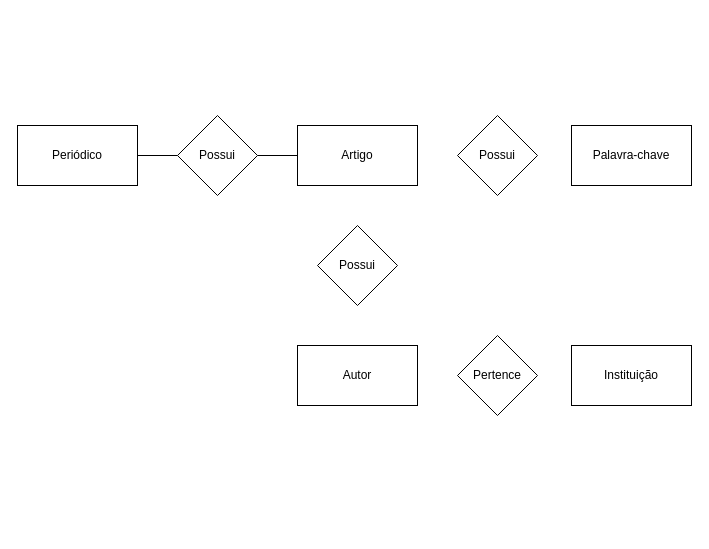
The draw.io diagram Lista2_04-04/Ex4.drawio in andreeeeeeeee/Engenharia_Software, before the edit. Source tidied: cells renumbered, new cells numbered last; positions are measured from the earlier drawing's top-left corner, leaving out a move shared by most shapes. Both pictures are drawn from the tidied source at 100%, with x=0, y=0 at pixel (17, 115).
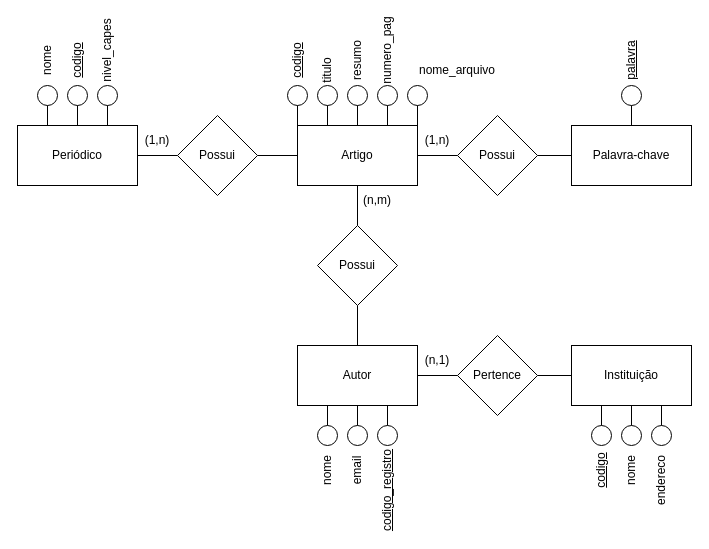
The same page after the edit.

Unchanged cells that the change refers to:
```xml
<mxCell id="2" value="Artigo" style="rounded=0;whiteSpace=wrap;html=1;" parent="1" vertex="1">
  <mxGeometry x="280" y="10" width="120" height="60" as="geometry" />
</mxCell>
<mxCell id="3" value="Possui" style="rhombus;whiteSpace=wrap;html=1;" parent="1" vertex="1">
  <mxGeometry x="440" width="80" height="80" as="geometry" />
</mxCell>
<mxCell id="4" value="Palavra-chave" style="rounded=0;whiteSpace=wrap;html=1;" parent="1" vertex="1">
  <mxGeometry x="554" y="10" width="120" height="60" as="geometry" />
</mxCell>
<mxCell id="5" value="Possui" style="rhombus;whiteSpace=wrap;html=1;" parent="1" vertex="1">
  <mxGeometry x="300" y="110" width="80" height="80" as="geometry" />
</mxCell>
<mxCell id="6" value="Autor" style="rounded=0;whiteSpace=wrap;html=1;" parent="1" vertex="1">
  <mxGeometry x="280" y="230" width="120" height="60" as="geometry" />
</mxCell>
<mxCell id="7" value="Pertence" style="rhombus;whiteSpace=wrap;html=1;" parent="1" vertex="1">
  <mxGeometry x="440" y="220" width="80" height="80" as="geometry" />
</mxCell>
<mxCell id="8" value="Instituição" style="rounded=0;whiteSpace=wrap;html=1;" parent="1" vertex="1">
  <mxGeometry x="554" y="230" width="120" height="60" as="geometry" />
</mxCell>
<mxCell id="10" value="Periódico" style="rounded=0;whiteSpace=wrap;html=1;" parent="1" vertex="1">
  <mxGeometry y="10" width="120" height="60" as="geometry" />
</mxCell>
```

The edit, as a diff of the source:
```diff
@@
+    <mxCell id="13" style="endArrow=none;html=1;rounded=0;entryX=0.5;entryY=1;entryDx=0;entryDy=0;exitX=0.5;exitY=0;exitDx=0;exitDy=0;" parent="1" edge="1" source="6" target="5">
+      <mxGeometry relative="1" as="geometry" />
+    </mxCell>
+    <mxCell id="14" style="endArrow=none;html=1;rounded=0;entryX=0.5;entryY=1;entryDx=0;entryDy=0;exitX=0.5;exitY=0;exitDx=0;exitDy=0;" parent="1" edge="1" source="5" target="2">
+      <mxGeometry relative="1" as="geometry" />
+    </mxCell>
+    <mxCell id="15" style="endArrow=none;html=1;rounded=0;exitX=1;exitY=0.5;exitDx=0;exitDy=0;entryX=0;entryY=0.5;entryDx=0;entryDy=0;" parent="1" edge="1" source="6" target="7">
+      <mxGeometry relative="1" as="geometry" />
+    </mxCell>
+    <mxCell id="16" style="endArrow=none;html=1;rounded=0;exitX=1;exitY=0.5;exitDx=0;exitDy=0;entryX=0;entryY=0.5;entryDx=0;entryDy=0;" parent="1" edge="1" source="7" target="8">
+      <mxGeometry relative="1" as="geometry" />
+    </mxCell>
+    <mxCell id="17" style="endArrow=none;html=1;rounded=0;entryX=0;entryY=0.5;entryDx=0;entryDy=0;exitX=1;exitY=0.5;exitDx=0;exitDy=0;" parent="1" edge="1" source="2" target="3">
+      <mxGeometry relative="1" as="geometry" />
+    </mxCell>
+    <mxCell id="18" style="endArrow=none;html=1;rounded=0;entryX=0;entryY=0.5;entryDx=0;entryDy=0;exitX=1;exitY=0.5;exitDx=0;exitDy=0;" parent="1" edge="1" source="3" target="4">
+      <mxGeometry relative="1" as="geometry" />
+    </mxCell>
+    <mxCell id="19" style="ellipse;whiteSpace=wrap;html=1;" parent="1" vertex="1">
+      <mxGeometry x="20" y="-30" width="20" height="20" as="geometry" />
+    </mxCell>
+    <mxCell id="20" style="ellipse;whiteSpace=wrap;html=1;" parent="1" vertex="1">
+      <mxGeometry x="50" y="-30" width="20" height="20" as="geometry" />
+    </mxCell>
+    <mxCell id="21" style="ellipse;whiteSpace=wrap;html=1;" parent="1" vertex="1">
+      <mxGeometry x="80" y="-30" width="20" height="20" as="geometry" />
+    </mxCell>
+    <mxCell id="22" value="nome" style="text;html=1;strokeColor=none;fillColor=none;align=center;verticalAlign=middle;whiteSpace=wrap;rounded=0;rotation=-90;" parent="1" vertex="1">
+      <mxGeometry y="-70" width="60" height="30" as="geometry" />
+    </mxCell>
+    <mxCell id="23" value="&lt;u&gt;codigo&lt;/u&gt;" style="text;html=1;strokeColor=none;fillColor=none;align=center;verticalAlign=middle;whiteSpace=wrap;rounded=0;rotation=-90;" parent="1" vertex="1">
+      <mxGeometry x="30" y="-70" width="60" height="30" as="geometry" />
+    </mxCell>
+    <mxCell id="24" value="nivel_capes" style="text;html=1;strokeColor=none;fillColor=none;align=center;verticalAlign=middle;whiteSpace=wrap;rounded=0;rotation=-90;" parent="1" vertex="1">
+      <mxGeometry x="60" y="-80" width="60" height="30" as="geometry" />
+    </mxCell>
+    <mxCell id="25" style="ellipse;whiteSpace=wrap;html=1;" parent="1" vertex="1">
+      <mxGeometry x="300" y="-30" width="20" height="20" as="geometry" />
+    </mxCell>
+    <mxCell id="26" style="ellipse;whiteSpace=wrap;html=1;" parent="1" vertex="1">
+      <mxGeometry x="330" y="-30" width="20" height="20" as="geometry" />
+    </mxCell>
+    <mxCell id="27" style="ellipse;whiteSpace=wrap;html=1;" parent="1" vertex="1">
+      <mxGeometry x="360" y="-30" width="20" height="20" as="geometry" />
+    </mxCell>
+    <mxCell id="28" style="ellipse;whiteSpace=wrap;html=1;" parent="1" vertex="1">
+      <mxGeometry x="270" y="-30" width="20" height="20" as="geometry" />
+    </mxCell>
+    <mxCell id="29" style="ellipse;whiteSpace=wrap;html=1;" parent="1" vertex="1">
+      <mxGeometry x="390" y="-30" width="20" height="20" as="geometry" />
+    </mxCell>
+    <mxCell id="30" value="&lt;u&gt;codigo&lt;/u&gt;" style="text;html=1;strokeColor=none;fillColor=none;align=center;verticalAlign=middle;whiteSpace=wrap;rounded=0;rotation=-90;" parent="1" vertex="1">
+      <mxGeometry x="250" y="-70" width="60" height="30" as="geometry" />
+    </mxCell>
+    <mxCell id="31" value="titulo" style="text;html=1;strokeColor=none;fillColor=none;align=center;verticalAlign=middle;whiteSpace=wrap;rounded=0;rotation=-90;" parent="1" vertex="1">
+      <mxGeometry x="280" y="-60" width="60" height="30" as="geometry" />
+    </mxCell>
+    <mxCell id="32" value="resumo" style="text;html=1;strokeColor=none;fillColor=none;align=center;verticalAlign=middle;whiteSpace=wrap;rounded=0;rotation=-90;" parent="1" vertex="1">
+      <mxGeometry x="310" y="-70" width="60" height="30" as="geometry" />
+    </mxCell>
+    <mxCell id="33" value="numero_pag" style="text;html=1;strokeColor=none;fillColor=none;align=center;verticalAlign=middle;whiteSpace=wrap;rounded=0;rotation=-90;" parent="1" vertex="1">
+      <mxGeometry x="340" y="-80" width="60" height="30" as="geometry" />
+    </mxCell>
+    <mxCell id="34" value="nome_arquivo" style="text;html=1;strokeColor=none;fillColor=none;align=center;verticalAlign=middle;whiteSpace=wrap;rounded=0;rotation=0;" parent="1" vertex="1">
+      <mxGeometry x="410" y="-60" width="60" height="30" as="geometry" />
+    </mxCell>
+    <mxCell id="35" value="&lt;u&gt;palavra&lt;/u&gt;" style="text;html=1;strokeColor=none;fillColor=none;align=center;verticalAlign=middle;whiteSpace=wrap;rounded=0;rotation=-90;" parent="1" vertex="1">
+      <mxGeometry x="584" y="-70" width="60" height="30" as="geometry" />
+    </mxCell>
+    <mxCell id="36" style="ellipse;whiteSpace=wrap;html=1;" parent="1" vertex="1">
+      <mxGeometry x="604" y="-30" width="20" height="20" as="geometry" />
+    </mxCell>
+    <mxCell id="37" style="ellipse;whiteSpace=wrap;html=1;" parent="1" vertex="1">
+      <mxGeometry x="300" y="310" width="20" height="20" as="geometry" />
+    </mxCell>
+    <mxCell id="38" style="ellipse;whiteSpace=wrap;html=1;" parent="1" vertex="1">
+      <mxGeometry x="330" y="310" width="20" height="20" as="geometry" />
+    </mxCell>
+    <mxCell id="39" style="ellipse;whiteSpace=wrap;html=1;" parent="1" vertex="1">
+      <mxGeometry x="360" y="310" width="20" height="20" as="geometry" />
+    </mxCell>
+    <mxCell id="40" value="nome" style="text;html=1;strokeColor=none;fillColor=none;align=center;verticalAlign=middle;whiteSpace=wrap;rounded=0;rotation=-90;" parent="1" vertex="1">
+      <mxGeometry x="280" y="340" width="60" height="30" as="geometry" />
+    </mxCell>
+    <mxCell id="41" value="email" style="text;html=1;strokeColor=none;fillColor=none;align=center;verticalAlign=middle;whiteSpace=wrap;rounded=0;rotation=-90;" parent="1" vertex="1">
+      <mxGeometry x="310" y="340" width="60" height="30" as="geometry" />
+    </mxCell>
+    <mxCell id="42" value="&lt;u&gt;codigo_registro&lt;/u&gt;" style="text;html=1;strokeColor=none;fillColor=none;align=center;verticalAlign=middle;whiteSpace=wrap;rounded=0;rotation=-90;" parent="1" vertex="1">
+      <mxGeometry x="340" y="360" width="60" height="30" as="geometry" />
+    </mxCell>
+    <mxCell id="43" style="ellipse;whiteSpace=wrap;html=1;" parent="1" vertex="1">
+      <mxGeometry x="574" y="310" width="20" height="20" as="geometry" />
+    </mxCell>
+    <mxCell id="44" style="ellipse;whiteSpace=wrap;html=1;" parent="1" vertex="1">
+      <mxGeometry x="604" y="310" width="20" height="20" as="geometry" />
+    </mxCell>
+    <mxCell id="45" style="ellipse;whiteSpace=wrap;html=1;" parent="1" vertex="1">
+      <mxGeometry x="634" y="310" width="20" height="20" as="geometry" />
+    </mxCell>
+    <mxCell id="46" value="&lt;u&gt;codigo&lt;/u&gt;" style="text;html=1;strokeColor=none;fillColor=none;align=center;verticalAlign=middle;whiteSpace=wrap;rounded=0;rotation=-90;" parent="1" vertex="1">
+      <mxGeometry x="554" y="340" width="60" height="30" as="geometry" />
+    </mxCell>
+    <mxCell id="47" value="nome" style="text;html=1;strokeColor=none;fillColor=none;align=center;verticalAlign=middle;whiteSpace=wrap;rounded=0;rotation=-90;" parent="1" vertex="1">
+      <mxGeometry x="584" y="340" width="60" height="30" as="geometry" />
+    </mxCell>
+    <mxCell id="48" value="endereco" style="text;html=1;strokeColor=none;fillColor=none;align=center;verticalAlign=middle;whiteSpace=wrap;rounded=0;rotation=-90;" parent="1" vertex="1">
+      <mxGeometry x="614" y="350" width="60" height="30" as="geometry" />
+    </mxCell>
+    <mxCell id="49" style="endArrow=none;html=1;rounded=0;entryX=0.5;entryY=1;entryDx=0;entryDy=0;exitX=0.25;exitY=0;exitDx=0;exitDy=0;" parent="1" edge="1" source="10" target="19">
+      <mxGeometry relative="1" as="geometry" />
+    </mxCell>
+    <mxCell id="50" style="endArrow=none;html=1;rounded=0;entryX=0.5;entryY=0;entryDx=0;entryDy=0;exitX=0.5;exitY=1;exitDx=0;exitDy=0;" parent="1" edge="1" source="20" target="10">
+      <mxGeometry relative="1" as="geometry" />
+    </mxCell>
+    <mxCell id="51" style="endArrow=none;html=1;rounded=0;entryX=0.5;entryY=0;entryDx=0;entryDy=0;exitX=0.25;exitY=1;exitDx=0;exitDy=0;" parent="1" edge="1" source="6" target="37">
+      <mxGeometry relative="1" as="geometry" />
+    </mxCell>
+    <mxCell id="52" style="endArrow=none;html=1;rounded=0;entryX=0.5;entryY=1;entryDx=0;entryDy=0;" parent="1" edge="1" source="38" target="6">
+      <mxGeometry relative="1" as="geometry" />
+    </mxCell>
+    <mxCell id="53" style="endArrow=none;html=1;rounded=0;entryX=0.75;entryY=1;entryDx=0;entryDy=0;exitX=0.5;exitY=0;exitDx=0;exitDy=0;" parent="1" edge="1" source="39" target="6">
+      <mxGeometry relative="1" as="geometry" />
+    </mxCell>
+    <mxCell id="54" style="endArrow=none;html=1;rounded=0;entryX=0.25;entryY=1;entryDx=0;entryDy=0;exitX=0.5;exitY=0;exitDx=0;exitDy=0;" parent="1" edge="1" source="43" target="8">
+      <mxGeometry relative="1" as="geometry" />
+    </mxCell>
+    <mxCell id="55" style="endArrow=none;html=1;rounded=0;entryX=0.5;entryY=1;entryDx=0;entryDy=0;exitX=0.5;exitY=0;exitDx=0;exitDy=0;" parent="1" edge="1" source="44" target="8">
+      <mxGeometry relative="1" as="geometry" />
+    </mxCell>
+    <mxCell id="56" style="endArrow=none;html=1;rounded=0;entryX=0.75;entryY=1;entryDx=0;entryDy=0;exitX=0.5;exitY=0;exitDx=0;exitDy=0;" parent="1" edge="1" source="45" target="8">
+      <mxGeometry relative="1" as="geometry" />
+    </mxCell>
+    <mxCell id="57" style="endArrow=none;html=1;rounded=0;exitX=0.75;exitY=0;exitDx=0;exitDy=0;entryX=0.5;entryY=1;entryDx=0;entryDy=0;" parent="1" edge="1" source="10" target="21">
+      <mxGeometry relative="1" as="geometry" />
+    </mxCell>
+    <mxCell id="58" style="endArrow=none;html=1;rounded=0;entryX=0.5;entryY=1;entryDx=0;entryDy=0;exitX=0.25;exitY=0;exitDx=0;exitDy=0;" parent="1" edge="1" source="2" target="25">
+      <mxGeometry relative="1" as="geometry" />
+    </mxCell>
+    <mxCell id="59" style="endArrow=none;html=1;rounded=0;entryX=0.5;entryY=1;entryDx=0;entryDy=0;exitX=0;exitY=0;exitDx=0;exitDy=0;" parent="1" edge="1" source="2" target="28">
+      <mxGeometry relative="1" as="geometry" />
+    </mxCell>
+    <mxCell id="60" style="endArrow=none;html=1;rounded=0;exitX=1;exitY=0;exitDx=0;exitDy=0;entryX=0.5;entryY=1;entryDx=0;entryDy=0;" parent="1" edge="1" source="2" target="29">
+      <mxGeometry relative="1" as="geometry" />
+    </mxCell>
+    <mxCell id="61" style="endArrow=none;html=1;rounded=0;entryX=0.5;entryY=1;entryDx=0;entryDy=0;exitX=0.5;exitY=0;exitDx=0;exitDy=0;" parent="1" edge="1" source="2" target="26">
+      <mxGeometry relative="1" as="geometry" />
+    </mxCell>
+    <mxCell id="62" style="endArrow=none;html=1;rounded=0;entryX=0.75;entryY=0;entryDx=0;entryDy=0;exitX=0.5;exitY=1;exitDx=0;exitDy=0;" parent="1" edge="1" source="27" target="2">
+      <mxGeometry relative="1" as="geometry" />
+    </mxCell>
+    <mxCell id="63" style="endArrow=none;html=1;rounded=0;exitX=0.5;exitY=1;exitDx=0;exitDy=0;entryX=0.5;entryY=0;entryDx=0;entryDy=0;" parent="1" edge="1" source="36" target="4">
+      <mxGeometry relative="1" as="geometry" />
+    </mxCell>
+    <mxCell id="64" value="(1,n)" style="text;html=1;strokeColor=none;fillColor=none;align=center;verticalAlign=middle;whiteSpace=wrap;rounded=0;" parent="1" vertex="1">
+      <mxGeometry x="110" y="10" width="60" height="30" as="geometry" />
+    </mxCell>
+    <mxCell id="65" value="(1,n)" style="text;html=1;strokeColor=none;fillColor=none;align=center;verticalAlign=middle;whiteSpace=wrap;rounded=0;" parent="1" vertex="1">
+      <mxGeometry x="390" y="10" width="60" height="30" as="geometry" />
+    </mxCell>
+    <mxCell id="66" value="(n,m)" style="text;html=1;strokeColor=none;fillColor=none;align=center;verticalAlign=middle;whiteSpace=wrap;rounded=0;" parent="1" vertex="1">
+      <mxGeometry x="330" y="70" width="60" height="30" as="geometry" />
+    </mxCell>
+    <mxCell id="67" value="(n,1)" style="text;html=1;strokeColor=none;fillColor=none;align=center;verticalAlign=middle;whiteSpace=wrap;rounded=0;" parent="1" vertex="1">
+      <mxGeometry x="390" y="230" width="60" height="30" as="geometry" />
+    </mxCell>
```
